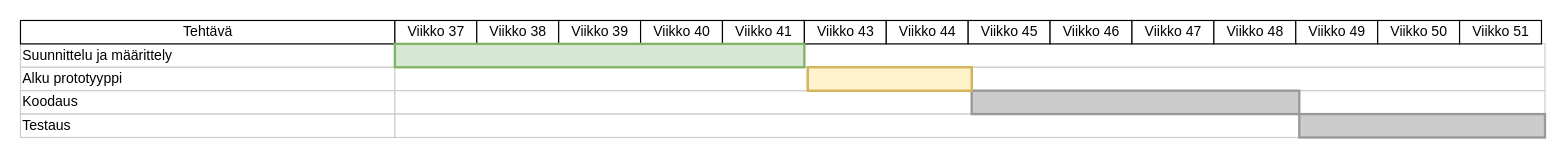
Babushkavodka666/Projekti-S24 keeps this draw.io diagram as gant kavvivivivivv.drawio. Above is the earlier version. Source tidied: cells renumbered, new cells numbered last; positions are measured from the earlier drawing's top-left corner, leaving out a move shared by most shapes. Both pictures are drawn from the tidied source at 117%, with x=0, y=0 at pixel (20, 20).
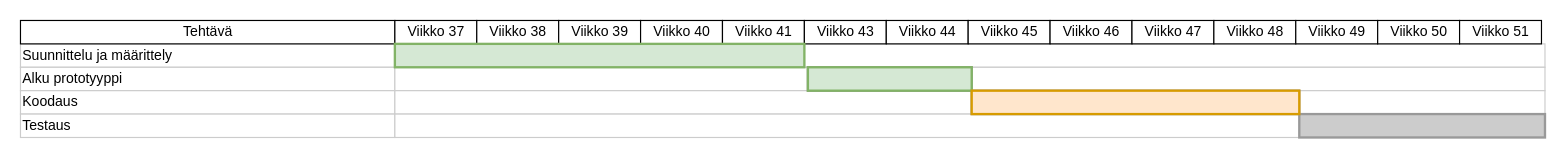
Above is the later version.

Commit message:
Päivitetty Gantt-kaavio

Diff of the diagram source:
```diff
@@
-    <mxCell id="30" style="whiteSpace=wrap;html=1;strokeWidth=2;fillColor=#fff2cc;fontSize=14;align=center;strokeColor=#d6b656;" parent="1" vertex="1">
+    <mxCell id="30" style="whiteSpace=wrap;html=1;strokeWidth=2;fillColor=#d5e8d4;fontSize=14;align=center;strokeColor=#82b366;" parent="1" vertex="1">
       <mxGeometry x="673" y="40" width="140" height="20" as="geometry" />
     </mxCell>
+    <mxCell id="31" style="whiteSpace=wrap;html=1;strokeWidth=2;fillColor=#ffe6cc;fontSize=14;align=center;strokeColor=#d79b00;" parent="1" vertex="1">
+      <mxGeometry x="813" y="60" width="280" height="20" as="geometry" />
+    </mxCell>
```
